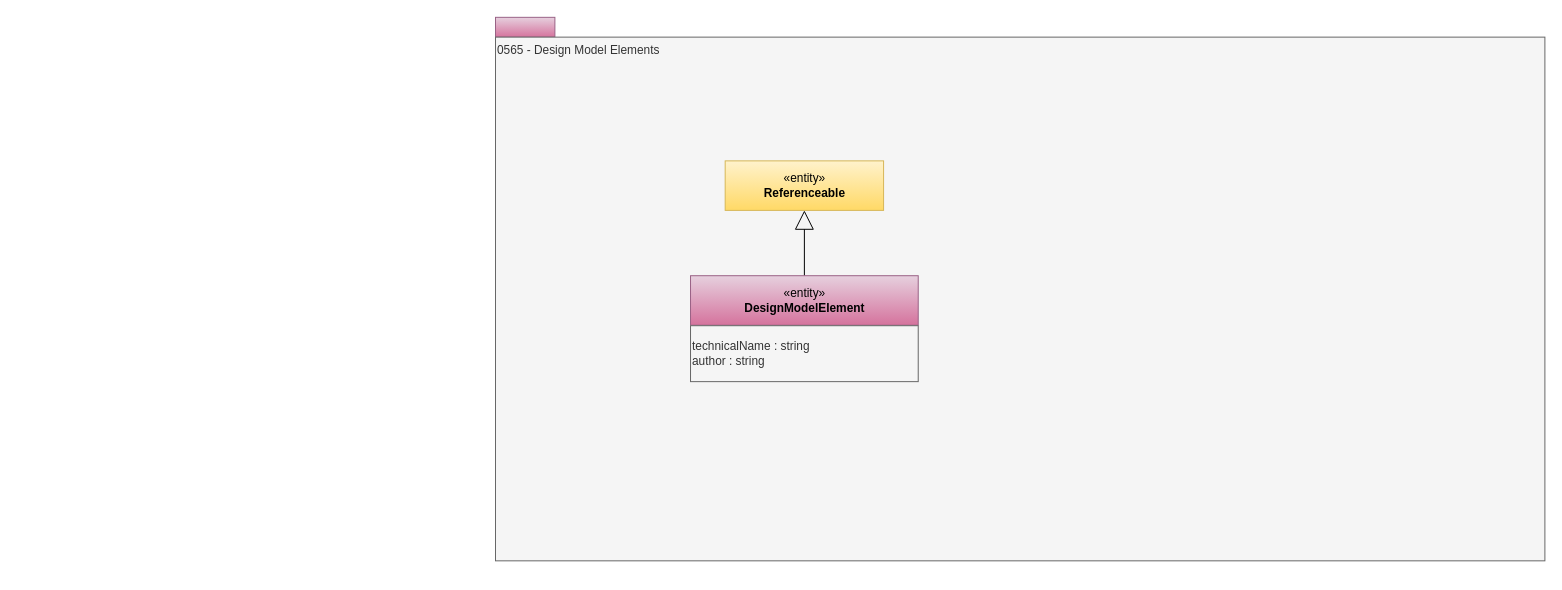
Earlier version of the draw.io diagram page "0565-Design-Models" (27 of 32) of site/docs/types/5/area-5-models-and-schema.drawio (odpi/egeria-docs). Source tidied: cells renumbered, new cells numbered last; positions are measured from the earlier drawing's top-left corner, leaving out a move shared by most shapes. Both pictures are drawn from the tidied source at 99%, with x=0, y=0 at pixel (495, 17).
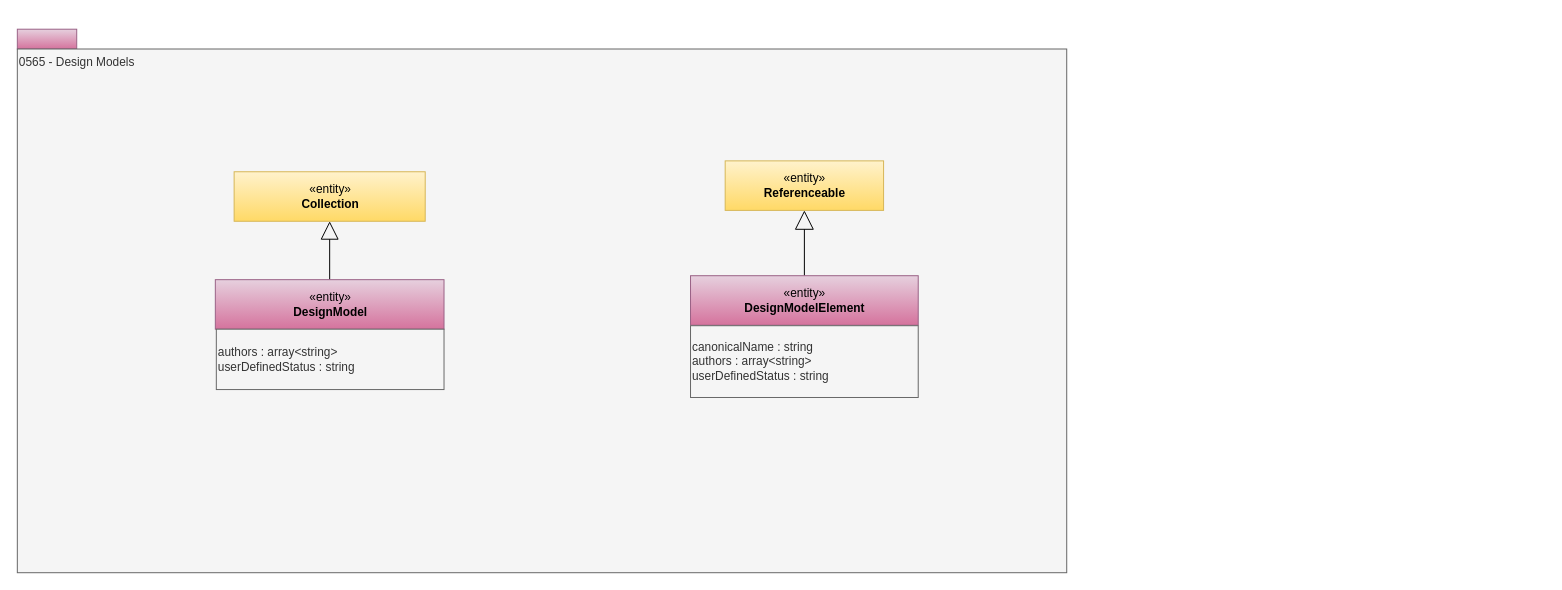
Above is the later version.

Diff of the diagram source:
```diff
@@
 <mxGraphModel>
   <root>
     <mxCell id="0" />
     <mxCell id="1" parent="0" />
     <mxCell id="2" style="rounded=0;whiteSpace=wrap;html=1;align=left;fillColor=#e6d0de;strokeColor=#996185;gradientColor=#d5739d;" parent="1" vertex="1">
-      <mxGeometry width="60" height="20" as="geometry" />
+      <mxGeometry x="-483" y="12" width="60" height="20" as="geometry" />
     </mxCell>
-    <mxCell id="3" value="0565 - Design Model Elements" style="rounded=0;whiteSpace=wrap;html=1;align=left;verticalAlign=top;fillColor=#f5f5f5;fontColor=#333333;strokeColor=#666666;" parent="1" vertex="1">
-      <mxGeometry y="20" width="1060" height="529" as="geometry" />
+    <mxCell id="3" value="0565 - Design Models" style="rounded=0;whiteSpace=wrap;html=1;align=left;verticalAlign=top;fillColor=#f5f5f5;fontColor=#333333;strokeColor=#666666;" parent="1" vertex="1">
+      <mxGeometry x="-483" y="32" width="1060" height="529" as="geometry" />
     </mxCell>
     <mxCell id="4" value="«entity»&lt;br&gt;&lt;b&gt;Referenceable&lt;/b&gt;" style="html=1;strokeColor=#d6b656;align=center;fillColor=#fff2cc;gradientColor=#ffd966;" parent="1" vertex="1">
       <mxGeometry x="232" y="145" width="160" height="50" as="geometry" />
     </mxCell>
     <mxCell id="5" style="edgeStyle=orthogonalEdgeStyle;rounded=0;jumpSize=15;jettySize=auto;html=1;exitX=0.5;exitY=0;exitDx=0;exitDy=0;entryX=0.5;entryY=1;entryDx=0;entryDy=0;startArrow=none;startFill=0;startSize=17;sourcePerimeterSpacing=0;endArrow=block;endFill=0;targetPerimeterSpacing=0;strokeWidth=1;fontColor=#000000;endSize=17;" parent="1" edge="1" source="6" target="4">
       <mxGeometry relative="1" as="geometry" />
     </mxCell>
     <mxCell id="6" value="«entity»&lt;br&gt;&lt;b&gt;DesignModelElement&lt;/b&gt;" style="html=1;strokeColor=#996185;align=center;fillColor=#e6d0de;gradientColor=#d5739d;" parent="1" vertex="1">
       <mxGeometry x="197" y="261" width="230" height="50" as="geometry" />
     </mxCell>
-    <mxCell id="7" value="&lt;span&gt;technicalName : string&lt;br&gt;&lt;/span&gt;&lt;span&gt;author : string&lt;/span&gt;&lt;span&gt;&lt;br&gt;&lt;/span&gt;" style="rounded=0;whiteSpace=wrap;html=1;strokeColor=#666666;align=left;fillColor=#f5f5f5;fontColor=#333333;" parent="1" vertex="1">
-      <mxGeometry x="197" y="311.5" width="230" height="56.5" as="geometry" />
+    <mxCell id="7" value="&lt;span&gt;canonicalName : string&lt;br&gt;&lt;/span&gt;authors : array&amp;lt;string&amp;gt;&lt;br&gt;&lt;div&gt;userDefinedStatus : string&lt;/div&gt;" style="rounded=0;whiteSpace=wrap;html=1;strokeColor=#666666;align=left;fillColor=#f5f5f5;fontColor=#333333;" parent="1" vertex="1">
+      <mxGeometry x="197" y="311.5" width="230" height="72.5" as="geometry" />
     </mxCell>
+    <mxCell id="8" style="edgeStyle=orthogonalEdgeStyle;rounded=0;jettySize=auto;html=1;exitX=0.5;exitY=0;exitDx=0;exitDy=0;endArrow=block;endFill=0;endSize=16;" parent="1" edge="1" source="9" target="10">
+      <mxGeometry relative="1" as="geometry" />
+    </mxCell>
+    <mxCell id="9" value="«entity»&lt;br&gt;&lt;b&gt;DesignModel&lt;/b&gt;" style="html=1;strokeColor=#996185;align=center;fillColor=#e6d0de;gradientColor=#d5739d;" parent="1" vertex="1">
+      <mxGeometry x="-283" y="265" width="231" height="50" as="geometry" />
+    </mxCell>
+    <mxCell id="10" value="«entity»&lt;br&gt;&lt;b&gt;Collection&lt;/b&gt;" style="html=1;strokeColor=#d6b656;align=center;fillColor=#fff2cc;gradientColor=#ffd966;" parent="1" vertex="1">
+      <mxGeometry x="-264" y="156" width="193" height="50" as="geometry" />
+    </mxCell>
+    <mxCell id="11" value="authors : array&amp;lt;string&amp;gt;&lt;br&gt;&lt;div&gt;userDefinedStatus : string&lt;/div&gt;" style="rounded=0;whiteSpace=wrap;html=1;strokeColor=#666666;align=left;fillColor=#f5f5f5;fontColor=#333333;" parent="1" vertex="1">
+      <mxGeometry x="-282" y="315" width="230" height="61" as="geometry" />
+    </mxCell>
   </root>
 </mxGraphModel>
```
